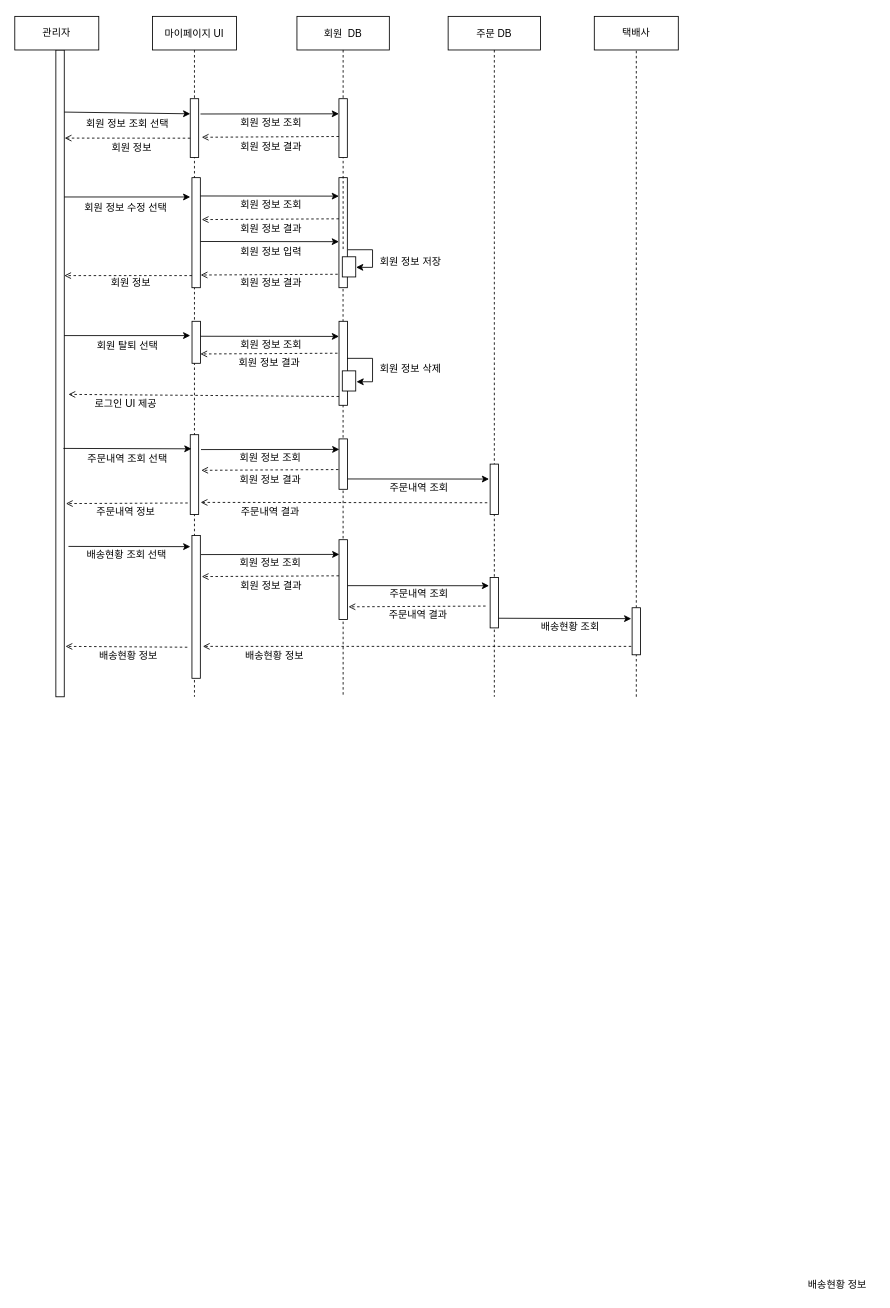
The draw.io diagram Untitled Diagram.drawio in itsdam/JAVA, before the edit. Source tidied: cells renumbered, new cells numbered last; positions are measured from the earlier drawing's top-left corner, leaving out a move shared by most shapes. Both pictures are drawn from the tidied source at 84%, with x=0, y=0 at pixel (14, 16).
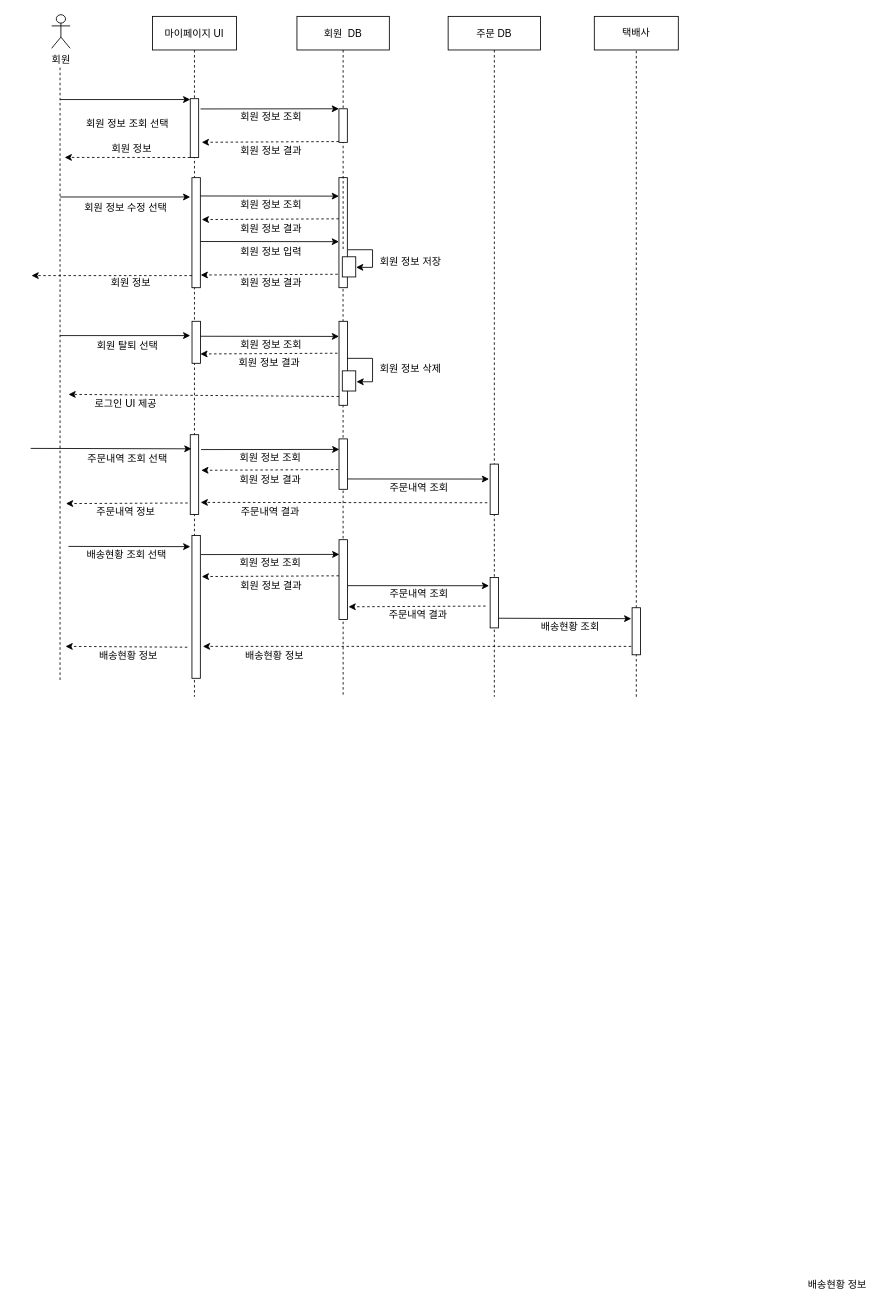
The same page after the edit.

The change refers to these unchanged cells:
```xml
<mxCell id="3" value="회원  DB" style="shape=umlLifeline;perimeter=lifelinePerimeter;rounded=0;shadow=0;strokeWidth=1;" parent="1" vertex="1">
  <mxGeometry x="336" width="110" height="280" as="geometry" />
</mxCell>
<mxCell id="8" value="마이페이지 UI" style="shape=umlLifeline;perimeter=lifelinePerimeter;rounded=0;shadow=0;strokeWidth=1;" parent="1" vertex="1">
  <mxGeometry x="164" width="100" height="810" as="geometry" />
</mxCell>
<mxCell id="10" style="points=[];perimeter=orthogonalPerimeter;rounded=0;shadow=0;strokeWidth=1;" parent="8" vertex="1">
  <mxGeometry x="45" y="498" width="10" height="95" as="geometry" />
</mxCell>
<mxCell id="18" value="주문 DB" style="shape=umlLifeline;perimeter=lifelinePerimeter;rounded=0;shadow=0;strokeWidth=1;" parent="1" vertex="1">
  <mxGeometry x="516" width="110" height="810" as="geometry" />
</mxCell>
<mxCell id="44" style="points=[];perimeter=orthogonalPerimeter;rounded=0;shadow=0;strokeWidth=1;" parent="1" vertex="1">
  <mxGeometry x="386.1" y="363" width="10" height="100" as="geometry" />
</mxCell>
```

Change to the diagram source:
```diff
@@
     <mxCell id="4" style="perimeter=orthogonalPerimeter;rounded=0;shadow=0;strokeWidth=1;" parent="3" vertex="1">
-      <mxGeometry x="50" y="98" width="10" height="70" as="geometry" />
+      <mxGeometry x="50" y="110" width="10" height="40" as="geometry" />
     </mxCell>
     <mxCell id="5" style="endArrow=classic;html=1;rounded=0;entryX=-0.177;entryY=0.155;entryDx=0;entryDy=0;entryPerimeter=0;exitX=1.022;exitY=0.36;exitDx=0;exitDy=0;exitPerimeter=0;" parent="3" edge="1">
       <mxGeometry relative="1" as="geometry">
-        <mxPoint x="-114.8" y="116.2" as="sourcePoint" />
-        <mxPoint x="50" y="116" as="targetPoint" />
+        <mxPoint x="-114.8" y="110.2" as="sourcePoint" />
+        <mxPoint x="50" y="110" as="targetPoint" />
       </mxGeometry>
     </mxCell>
-    <mxCell id="6" style="endArrow=open;html=1;rounded=0;dashed=1;entryX=1.03;entryY=0.253;entryDx=0;entryDy=0;entryPerimeter=0;endFill=0;exitX=-0.141;exitY=0.544;exitDx=0;exitDy=0;exitPerimeter=0;" parent="3" edge="1">
+    <mxCell id="6" style="endArrow=classic;html=1;rounded=0;dashed=1;entryX=1.03;entryY=0.253;entryDx=0;entryDy=0;entryPerimeter=0;endFill=1;exitX=-0.141;exitY=0.544;exitDx=0;exitDy=0;exitPerimeter=0;" parent="3" edge="1">
       <mxGeometry relative="1" as="geometry">
-        <mxPoint x="50" y="143" as="sourcePoint" />
-        <mxPoint x="-113.3" y="143.9" as="targetPoint" />
+        <mxPoint x="50" y="149" as="sourcePoint" />
+        <mxPoint x="-113.3" y="149.9" as="targetPoint" />
       </mxGeometry>
     </mxCell>
@@
-    <mxCell id="11" style="endArrow=classic;html=1;rounded=0;exitX=0.9;exitY=0.096;exitDx=0;exitDy=0;exitPerimeter=0;" parent="8" edge="1" source="17">
+    <mxCell id="11" style="endArrow=classic;html=1;rounded=0;" parent="8" edge="1">
       <mxGeometry relative="1" as="geometry">
-        <mxPoint x="45" y="116" as="targetPoint" />
+        <mxPoint x="-110" y="99" as="sourcePoint" />
+        <mxPoint x="45" y="99" as="targetPoint" />
       </mxGeometry>
     </mxCell>
@@
     <mxCell id="16" style="endArrow=none;dashed=1;html=1;rounded=0;" parent="1" edge="1">
       <mxGeometry relative="1" as="geometry">
-        <mxPoint x="54" y="390" as="sourcePoint" />
+        <mxPoint x="54" y="790" as="sourcePoint" />
         <mxPoint x="54" y="60" as="targetPoint" />
       </mxGeometry>
     </mxCell>
-    <mxCell id="17" style="points=[];perimeter=orthogonalPerimeter;rounded=0;shadow=0;strokeWidth=1;" parent="1" vertex="1">
-      <mxGeometry x="49" y="40" width="10" height="770" as="geometry" />
-    </mxCell>
@@
-    <mxCell id="24" style="endArrow=open;html=1;rounded=0;dashed=1;entryX=1.03;entryY=0.253;entryDx=0;entryDy=0;entryPerimeter=0;endFill=0;exitX=-0.141;exitY=0.544;exitDx=0;exitDy=0;exitPerimeter=0;" parent="18" edge="1">
+    <mxCell id="24" style="endArrow=classic;html=1;rounded=0;dashed=1;entryX=1.03;entryY=0.253;entryDx=0;entryDy=0;entryPerimeter=0;endFill=1;exitX=-0.141;exitY=0.544;exitDx=0;exitDy=0;exitPerimeter=0;" parent="18" edge="1">
       <mxGeometry relative="1" as="geometry">
         <mxPoint x="44.6" y="702" as="sourcePoint" />
         <mxPoint x="-118.6" y="702.9" as="targetPoint" />
       </mxGeometry>
     </mxCell>
@@
-    <mxCell id="27" style="endArrow=open;html=1;rounded=0;dashed=1;endFill=0;exitX=-0.141;exitY=0.544;exitDx=0;exitDy=0;exitPerimeter=0;" parent="18" edge="1">
+    <mxCell id="27" style="endArrow=classic;html=1;rounded=0;dashed=1;endFill=1;exitX=-0.141;exitY=0.544;exitDx=0;exitDy=0;exitPerimeter=0;" parent="18" edge="1">
       <mxGeometry relative="1" as="geometry">
         <mxPoint x="218" y="750" as="sourcePoint" />
         <mxPoint x="-292" y="750" as="targetPoint" />
       </mxGeometry>
     </mxCell>
     <mxCell id="28" value="회원 정보 조회" style="text;html=1;align=center;verticalAlign=middle;strokeColor=none;fillColor=none;" parent="1" vertex="1">
-      <mxGeometry x="260" y="117" width="90" height="20" as="geometry" />
+      <mxGeometry x="260" y="110" width="90" height="20" as="geometry" />
     </mxCell>
     <mxCell id="29" value="회원 정보 결과" style="text;html=1;align=center;verticalAlign=middle;strokeColor=none;fillColor=none;" parent="1" vertex="1">
-      <mxGeometry x="260" y="145" width="90" height="20" as="geometry" />
+      <mxGeometry x="260" y="150" width="90" height="20" as="geometry" />
     </mxCell>
@@
-    <mxCell id="32" style="endArrow=open;html=1;rounded=0;dashed=1;entryX=1.03;entryY=0.253;entryDx=0;entryDy=0;entryPerimeter=0;endFill=0;exitX=-0.141;exitY=0.544;exitDx=0;exitDy=0;exitPerimeter=0;" parent="1" edge="1">
+    <mxCell id="32" style="endArrow=classic;html=1;rounded=0;dashed=1;entryX=1.03;entryY=0.253;entryDx=0;entryDy=0;entryPerimeter=0;endFill=1;exitX=-0.141;exitY=0.544;exitDx=0;exitDy=0;exitPerimeter=0;" parent="1" edge="1">
       <mxGeometry relative="1" as="geometry">
         <mxPoint x="386" y="241" as="sourcePoint" />
         <mxPoint x="222.7" y="241.9" as="targetPoint" />
       </mxGeometry>
     </mxCell>
@@
-    <mxCell id="39" style="endArrow=open;html=1;rounded=0;dashed=1;entryX=1.03;entryY=0.253;entryDx=0;entryDy=0;entryPerimeter=0;endFill=0;exitX=-0.141;exitY=0.544;exitDx=0;exitDy=0;exitPerimeter=0;" parent="1" edge="1">
+    <mxCell id="39" style="endArrow=classic;html=1;rounded=0;dashed=1;entryX=1.03;entryY=0.253;entryDx=0;entryDy=0;entryPerimeter=0;endFill=1;exitX=-0.141;exitY=0.544;exitDx=0;exitDy=0;exitPerimeter=0;" parent="1" edge="1">
       <mxGeometry relative="1" as="geometry">
         <mxPoint x="384.6" y="307" as="sourcePoint" />
         <mxPoint x="221.4" y="307.9" as="targetPoint" />
       </mxGeometry>
     </mxCell>
@@
-    <mxCell id="41" style="endArrow=open;html=1;rounded=0;dashed=1;endFill=0;" parent="1" edge="1" target="17">
+    <mxCell id="41" style="endArrow=classic;html=1;rounded=0;dashed=1;endFill=1;" parent="1" edge="1">
       <mxGeometry relative="1" as="geometry">
         <mxPoint x="211" y="308.6" as="sourcePoint" />
+        <mxPoint x="20" y="308.6" as="targetPoint" />
       </mxGeometry>
     </mxCell>
@@
-    <mxCell id="51" style="endArrow=open;html=1;rounded=0;dashed=1;endFill=0;exitX=-0.003;exitY=0.895;exitDx=0;exitDy=0;exitPerimeter=0;" parent="1" edge="1" source="44">
+    <mxCell id="51" style="endArrow=classic;html=1;rounded=0;dashed=1;endFill=1;exitX=-0.003;exitY=0.895;exitDx=0;exitDy=0;exitPerimeter=0;" parent="1" edge="1" source="44">
       <mxGeometry relative="1" as="geometry">
         <mxPoint x="64" y="450" as="targetPoint" />
         <Array as="points">
           <mxPoint x="64" y="450" />
         </Array>
       </mxGeometry>
     </mxCell>
@@
-    <mxCell id="58" style="endArrow=open;html=1;rounded=0;dashed=1;endFill=0;exitX=-0.141;exitY=0.544;exitDx=0;exitDy=0;exitPerimeter=0;entryX=1.043;entryY=0.78;entryDx=0;entryDy=0;entryPerimeter=0;" parent="1" edge="1">
+    <mxCell id="58" style="endArrow=classic;html=1;rounded=0;dashed=1;endFill=1;exitX=-0.141;exitY=0.544;exitDx=0;exitDy=0;exitPerimeter=0;entryX=1.043;entryY=0.78;entryDx=0;entryDy=0;entryPerimeter=0;" parent="1" edge="1">
       <mxGeometry relative="1" as="geometry">
         <mxPoint x="562.6" y="579" as="sourcePoint" />
         <mxPoint x="221.4" y="578.6" as="targetPoint" />
       </mxGeometry>
     </mxCell>
@@
-    <mxCell id="70" style="endArrow=open;html=1;rounded=0;dashed=1;entryX=1.03;entryY=0.253;entryDx=0;entryDy=0;entryPerimeter=0;endFill=0;exitX=-0.141;exitY=0.544;exitDx=0;exitDy=0;exitPerimeter=0;" parent="1" edge="1">
+    <mxCell id="70" style="endArrow=classic;html=1;rounded=0;dashed=1;entryX=1.03;entryY=0.253;entryDx=0;entryDy=0;entryPerimeter=0;endFill=1;exitX=-0.141;exitY=0.544;exitDx=0;exitDy=0;exitPerimeter=0;" parent="1" edge="1">
       <mxGeometry relative="1" as="geometry">
         <mxPoint x="384.3" y="401" as="sourcePoint" />
         <mxPoint x="221" y="401.9" as="targetPoint" />
       </mxGeometry>
     </mxCell>
@@
-    <mxCell id="72" style="endArrow=open;html=1;rounded=0;dashed=1;entryX=1.03;entryY=0.253;entryDx=0;entryDy=0;entryPerimeter=0;endFill=0;exitX=-0.141;exitY=0.544;exitDx=0;exitDy=0;exitPerimeter=0;" parent="1" edge="1">
+    <mxCell id="72" style="endArrow=classic;html=1;rounded=0;dashed=1;entryX=1.03;entryY=0.253;entryDx=0;entryDy=0;entryPerimeter=0;endFill=1;exitX=-0.141;exitY=0.544;exitDx=0;exitDy=0;exitPerimeter=0;" parent="1" edge="1">
       <mxGeometry relative="1" as="geometry">
         <mxPoint x="385.4" y="539.5" as="sourcePoint" />
         <mxPoint x="222.1" y="540.4" as="targetPoint" />
       </mxGeometry>
     </mxCell>
@@
-    <mxCell id="74" style="endArrow=open;html=1;rounded=0;dashed=1;entryX=1.03;entryY=0.253;entryDx=0;entryDy=0;entryPerimeter=0;endFill=0;exitX=-0.141;exitY=0.544;exitDx=0;exitDy=0;exitPerimeter=0;" parent="1" edge="1">
+    <mxCell id="74" style="endArrow=classic;html=1;rounded=0;dashed=1;entryX=1.03;entryY=0.253;entryDx=0;entryDy=0;entryPerimeter=0;endFill=1;exitX=-0.141;exitY=0.544;exitDx=0;exitDy=0;exitPerimeter=0;" parent="1" edge="1">
       <mxGeometry relative="1" as="geometry">
         <mxPoint x="386" y="666" as="sourcePoint" />
         <mxPoint x="222.7" y="666.9" as="targetPoint" />
       </mxGeometry>
     </mxCell>
@@
-    <mxCell id="76" style="endArrow=classic;html=1;rounded=0;entryX=0.144;entryY=0.177;entryDx=0;entryDy=0;entryPerimeter=0;exitX=0.9;exitY=0.616;exitDx=0;exitDy=0;exitPerimeter=0;" parent="1" edge="1" source="17" target="10">
-      <mxGeometry relative="1" as="geometry" />
+    <mxCell id="76" style="endArrow=classic;html=1;rounded=0;entryX=0.144;entryY=0.177;entryDx=0;entryDy=0;entryPerimeter=0;exitX=0.9;exitY=0.616;exitDx=0;exitDy=0;exitPerimeter=0;" parent="1" edge="1" target="10">
+      <mxGeometry relative="1" as="geometry">
+        <mxPoint x="19" y="514.3" as="sourcePoint" />
+      </mxGeometry>
     </mxCell>
-    <mxCell id="77" style="endArrow=open;html=1;rounded=0;dashed=1;endFill=0;" parent="1" edge="1">
+    <mxCell id="77" style="endArrow=classic;html=1;rounded=0;dashed=1;endFill=1;" parent="1" edge="1">
       <mxGeometry relative="1" as="geometry">
         <mxPoint x="206" y="579.3" as="sourcePoint" />
         <mxPoint x="61" y="580" as="targetPoint" />
       </mxGeometry>
     </mxCell>
@@
     <mxCell id="79" value="회원 정보" style="text;html=1;align=center;verticalAlign=middle;strokeColor=none;fillColor=none;" parent="1" vertex="1">
-      <mxGeometry x="104" y="147" width="70" height="20" as="geometry" />
+      <mxGeometry x="104" y="148" width="70" height="20" as="geometry" />
     </mxCell>
-    <mxCell id="80" value="관리자" style="rounded=0;whiteSpace=wrap;html=1;" parent="1" vertex="1">
-      <mxGeometry x="0.1" width="100" height="40" as="geometry" />
-    </mxCell>
@@
-    <mxCell id="82" style="endArrow=open;html=1;rounded=0;dashed=1;endFill=0;entryX=1.078;entryY=0.229;entryDx=0;entryDy=0;entryPerimeter=0;" parent="1" edge="1">
+    <mxCell id="82" style="endArrow=classic;html=1;rounded=0;dashed=1;endFill=1;entryX=1.078;entryY=0.229;entryDx=0;entryDy=0;entryPerimeter=0;" parent="1" edge="1">
       <mxGeometry relative="1" as="geometry">
-        <mxPoint x="209" y="145" as="sourcePoint" />
-        <mxPoint x="59.5" y="144.9" as="targetPoint" />
+        <mxPoint x="209" y="168" as="sourcePoint" />
+        <mxPoint x="59.5" y="167.9" as="targetPoint" />
       </mxGeometry>
     </mxCell>
-    <mxCell id="83" style="endArrow=open;html=1;rounded=0;dashed=1;endFill=0;" parent="1" edge="1">
+    <mxCell id="83" style="endArrow=classic;html=1;rounded=0;dashed=1;endFill=1;" parent="1" edge="1">
       <mxGeometry relative="1" as="geometry">
         <mxPoint x="205.5" y="751" as="sourcePoint" />
         <mxPoint x="60.5" y="750" as="targetPoint" />
       </mxGeometry>
     </mxCell>
@@
+    <mxCell id="88" value="회원" style="shape=umlActor;verticalLabelPosition=bottom;verticalAlign=top;html=1;" parent="1" vertex="1">
+      <mxGeometry x="44" y="-2" width="22" height="40" as="geometry" />
+    </mxCell>
```
